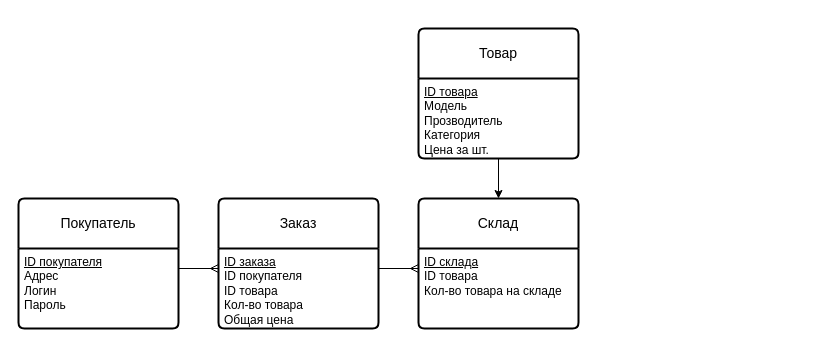
Above: Схема_1.drawio in Deviant1407/Info-Security-and-Data-Base (draw.io), before the change. Source tidied: cells renumbered, new cells numbered last; positions are measured from the earlier drawing's top-left corner, leaving out a move shared by most shapes. Both pictures are drawn from the tidied source at 100%, with x=0, y=0 at pixel (18, 28).
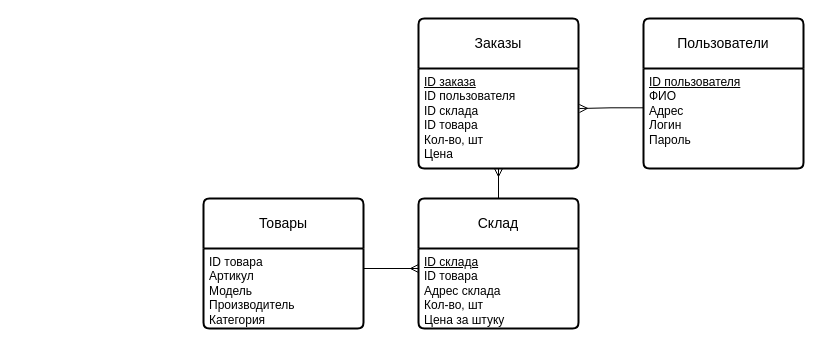
Above is the later version.

What changed in the source:
```diff
@@
 <mxGraphModel>
   <root>
     <mxCell id="0" />
     <mxCell id="1" parent="0" />
-    <mxCell id="2" value="Заказ" style="swimlane;horizontal=1;startSize=50;rounded=1;fontSize=14;fontStyle=0;strokeWidth=2;shadow=0;dashed=0;align=center;arcSize=4;whiteSpace=wrap;html=1;" parent="1" vertex="1">
-      <mxGeometry x="200" y="170" width="160" height="130" as="geometry" />
-    </mxCell>
-    <mxCell id="3" value="&lt;u&gt;ID заказа&lt;/u&gt;&lt;br&gt;ID покупателя&lt;br&gt;ID товара&lt;br&gt;Кол-во товара&lt;br&gt;Общая цена" style="align=left;strokeColor=none;fillColor=none;spacingLeft=4;fontSize=12;verticalAlign=top;html=1;" parent="2" vertex="1">
-      <mxGeometry y="50" width="160" height="80" as="geometry" />
-    </mxCell>
-    <mxCell id="4" value="Товар" style="swimlane;horizontal=1;startSize=50;rounded=1;fontSize=14;fontStyle=0;strokeWidth=2;shadow=0;dashed=0;align=center;arcSize=4;whiteSpace=wrap;html=1;" parent="1" vertex="1">
-      <mxGeometry x="400" width="160" height="130" as="geometry" />
-    </mxCell>
-    <mxCell id="5" value="&lt;u&gt;ID товара&lt;/u&gt;&lt;br&gt;Модель&lt;br&gt;Прозводитель&lt;br&gt;Категория&lt;br&gt;Цена за шт." style="align=left;strokeColor=none;fillColor=none;spacingLeft=4;fontSize=12;verticalAlign=top;html=1;" parent="4" vertex="1">
-      <mxGeometry y="50" width="160" height="80" as="geometry" />
-    </mxCell>
-    <mxCell id="6" value="Покупатель" style="swimlane;horizontal=1;startSize=50;rounded=1;fontSize=14;fontStyle=0;strokeWidth=2;shadow=0;dashed=0;align=center;arcSize=4;whiteSpace=wrap;html=1;" parent="1" vertex="1">
-      <mxGeometry y="170" width="160" height="130" as="geometry" />
-    </mxCell>
-    <mxCell id="7" value="&lt;u&gt;ID покупателя&lt;/u&gt;&lt;br&gt;Адрес&lt;br&gt;Логин&lt;br&gt;Пароль" style="align=left;strokeColor=none;fillColor=none;spacingLeft=4;fontSize=12;verticalAlign=top;html=1;" parent="6" vertex="1">
-      <mxGeometry y="50" width="160" height="80" as="geometry" />
-    </mxCell>
+    <mxCell id="13" value="Заказы" style="swimlane;horizontal=1;startSize=50;rounded=1;fontSize=14;fontStyle=0;strokeWidth=2;shadow=0;dashed=0;align=center;arcSize=4;whiteSpace=wrap;html=1;" parent="1" vertex="1">
+      <mxGeometry x="400" y="-10" width="160" height="150" as="geometry" />
+    </mxCell>
+    <mxCell id="14" value="&lt;u&gt;ID заказа&lt;/u&gt;&lt;br&gt;ID пользователя&lt;br&gt;ID склада&lt;br&gt;ID товара&lt;br&gt;Кол-во, шт&lt;br&gt;Цена" style="align=left;strokeColor=none;fillColor=none;spacingLeft=4;fontSize=12;verticalAlign=top;html=1;" parent="13" vertex="1">
+      <mxGeometry y="50" width="160" height="100" as="geometry" />
+    </mxCell>
+    <mxCell id="15" value="Пользователи" style="swimlane;horizontal=1;startSize=50;rounded=1;fontSize=14;fontStyle=0;strokeWidth=2;shadow=0;dashed=0;align=center;arcSize=4;whiteSpace=wrap;html=1;" parent="1" vertex="1">
+      <mxGeometry x="625" y="-10" width="160" height="150" as="geometry" />
+    </mxCell>
+    <mxCell id="16" value="&lt;u&gt;ID пользователя&lt;/u&gt;&lt;br&gt;ФИО&lt;br&gt;Адрес&lt;br&gt;Логин&lt;br&gt;Пароль" style="align=left;strokeColor=none;fillColor=none;spacingLeft=4;fontSize=12;verticalAlign=top;html=1;" parent="15" vertex="1">
+      <mxGeometry y="50" width="160" height="100" as="geometry" />
+    </mxCell>
+    <mxCell id="17" style="edgeStyle=orthogonalEdgeStyle;fontSize=12;html=1;endArrow=ERmany;rounded=0;exitX=0.001;exitY=0.393;exitDx=0;exitDy=0;exitPerimeter=0;entryX=1.006;entryY=0.4;entryDx=0;entryDy=0;entryPerimeter=0;" parent="1" edge="1" source="16" target="14">
+      <mxGeometry relative="1" as="geometry" />
+    </mxCell>
     <mxCell id="8" value="Склад" style="swimlane;horizontal=1;startSize=50;rounded=1;fontSize=14;fontStyle=0;strokeWidth=2;shadow=0;dashed=0;align=center;arcSize=4;whiteSpace=wrap;html=1;" parent="1" vertex="1">
       <mxGeometry x="400" y="170" width="160" height="130" as="geometry" />
     </mxCell>
-    <mxCell id="9" value="&lt;u&gt;ID склада&lt;/u&gt;&lt;br&gt;ID товара&lt;br&gt;Кол-во товара на складе" style="align=left;strokeColor=none;fillColor=none;spacingLeft=4;fontSize=12;verticalAlign=top;html=1;" parent="8" vertex="1">
-      <mxGeometry y="50" width="160" height="80" as="geometry" />
-    </mxCell>
-    <mxCell id="10" style="edgeStyle=entityRelationEdgeStyle;fontSize=12;html=1;endArrow=ERmany;rounded=0;exitX=1;exitY=0.25;exitDx=0;exitDy=0;entryX=0;entryY=0.25;entryDx=0;entryDy=0;" parent="1" edge="1" source="7" target="3">
-      <mxGeometry relative="1" as="geometry" />
-    </mxCell>
-    <mxCell id="11" style="edgeStyle=entityRelationEdgeStyle;fontSize=12;html=1;endArrow=ERmany;rounded=0;exitX=1;exitY=0.25;exitDx=0;exitDy=0;entryX=0;entryY=0.25;entryDx=0;entryDy=0;" parent="1" edge="1" source="3" target="9">
-      <mxGeometry relative="1" as="geometry" />
-    </mxCell>
-    <mxCell id="12" style="edgeStyle=orthogonalEdgeStyle;rounded=0;jettySize=auto;html=1;exitX=0.5;exitY=1;exitDx=0;exitDy=0;entryX=0.5;entryY=0;entryDx=0;entryDy=0;" parent="1" edge="1" source="5" target="8">
-      <mxGeometry relative="1" as="geometry" />
-    </mxCell>
+    <mxCell id="18" value="&lt;u&gt;ID склада&lt;/u&gt;&lt;br&gt;ID товара&lt;br&gt;Адрес склада&lt;br&gt;Кол-во, шт&lt;br&gt;Цена за штуку" style="align=left;strokeColor=none;fillColor=none;spacingLeft=4;fontSize=12;verticalAlign=top;html=1;" parent="8" vertex="1">
+      <mxGeometry y="50" width="160" height="80" as="geometry" />
+    </mxCell>
+    <mxCell id="19" style="fontSize=12;html=1;endArrow=ERmany;rounded=0;exitX=0.5;exitY=0;exitDx=0;exitDy=0;entryX=0.5;entryY=1;entryDx=0;entryDy=0;" parent="1" edge="1" source="8" target="14">
+      <mxGeometry relative="1" as="geometry" />
+    </mxCell>
+    <mxCell id="20" value="Товары" style="swimlane;horizontal=1;startSize=50;rounded=1;fontSize=14;fontStyle=0;strokeWidth=2;shadow=0;dashed=0;align=center;arcSize=4;whiteSpace=wrap;html=1;" parent="1" vertex="1">
+      <mxGeometry x="185" y="170" width="160" height="130" as="geometry" />
+    </mxCell>
+    <mxCell id="21" value="ID товара&lt;br&gt;Артикул&lt;br&gt;Модель&lt;br&gt;Производитель&lt;br&gt;Категория" style="align=left;strokeColor=none;fillColor=none;spacingLeft=4;fontSize=12;verticalAlign=top;html=1;" parent="20" vertex="1">
+      <mxGeometry y="50" width="160" height="80" as="geometry" />
+    </mxCell>
+    <mxCell id="22" style="edgeStyle=orthogonalEdgeStyle;fontSize=12;html=1;endArrow=ERmany;rounded=0;exitX=1;exitY=0.25;exitDx=0;exitDy=0;entryX=0;entryY=0.25;entryDx=0;entryDy=0;" parent="1" edge="1" source="21" target="18">
+      <mxGeometry relative="1" as="geometry" />
+    </mxCell>
   </root>
 </mxGraphModel>
```
